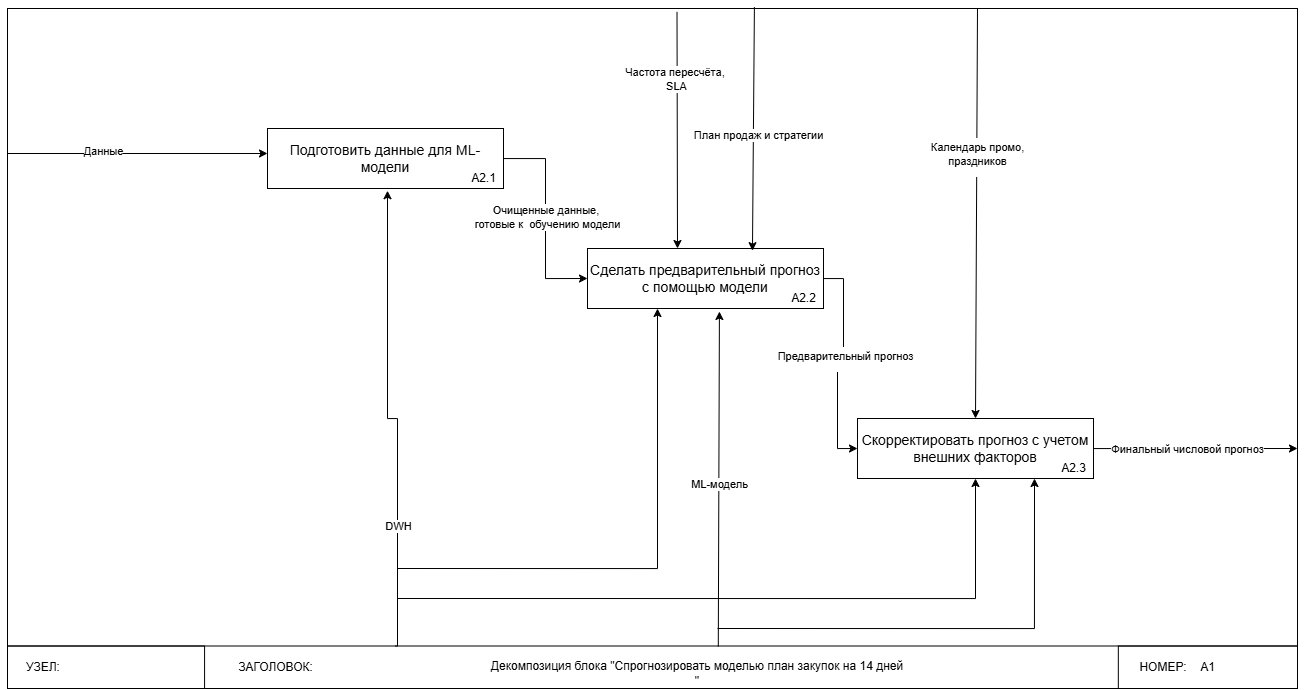
This is Модели бизнес процессов/IDEF0-ПОСЛЕ-A1.drawio.png from barkhatnat/Information_Systems_Design_Project, a draw.io export, as it was before one commit. Source tidied: cells renumbered, new cells last; positions are measured from the earlier drawing's top-left corner, leaving out a move shared by most shapes.
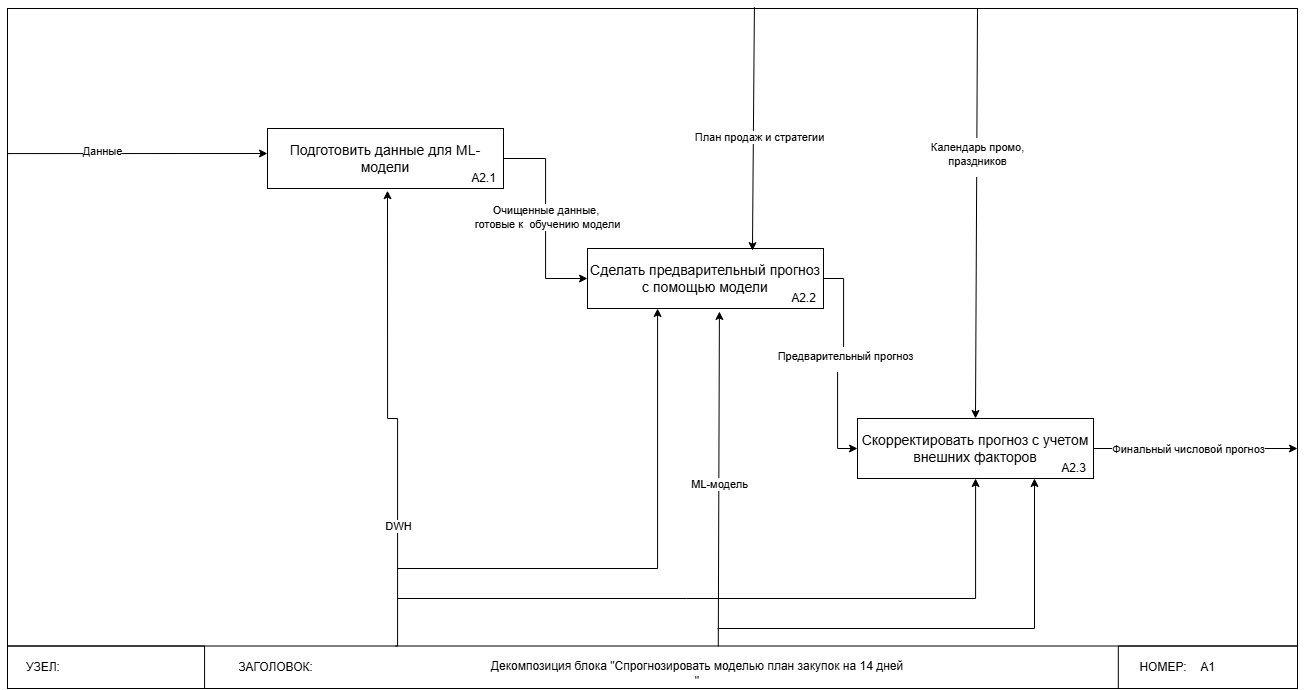
Later version of the same file.

Diff of the diagram source:
```diff
@@ -39,19 +39,6 @@
         <mxPoint y="-1" as="offset" />
       </mxGeometry>
     </mxCell>
-    <mxCell id="13" style="endArrow=classic;html=1;rounded=0;entryX=0.5;entryY=0;entryDx=0;entryDy=0;exitX=0.519;exitY=0.005;exitDx=0;exitDy=0;exitPerimeter=0;" parent="2" edge="1" source="3">
-      <mxGeometry relative="1" as="geometry">
-        <mxPoint x="670" y="240" as="targetPoint" />
-      </mxGeometry>
-    </mxCell>
-    <mxCell id="14" value="&lt;span style=&quot;color: rgba(0, 0, 0, 0); font-family: monospace; font-size: 0px; text-align: start; background-color: rgb(236, 236, 236);&quot;&gt;%3CmxGraphModel%3E%3Croot%3E%3CmxCell%20id%3D%220%22%2F%3E%3CmxCell%20id%3D%221%22%20parent%3D%220%22%2F%3E%3CmxCell%20id%3D%222%22%20value%3D%22%22%20style%3D%22endArrow%3Dclassic%3Bhtml%3D1%3Brounded%3D0%3BentryX%3D0.25%3BentryY%3D0%3BentryDx%3D0%3BentryDy%3D0%3BexitX%3D0.435%3BexitY%3D0.004%3BexitDx%3D0%3BexitDy%3D0%3BexitPerimeter%3D0%3B%22%20edge%3D%221%22%20parent%3D%221%22%3E%3CmxGeometry%20width%3D%2250%22%20height%3D%2250%22%20relative%3D%221%22%20as%3D%22geometry%22%3E%3CmxPoint%20x%3D%22-499.79999999999995%22%20y%3D%2231.920000000000073%22%20as%3D%22sourcePoint%22%2F%3E%3CmxPoint%20x%3D%22-500%22%20y%3D%22240%22%20as%3D%22targetPoint%22%2F%3E%3C%2FmxGeometry%3E%3C%2FmxCell%3E%3CmxCell%20id%3D%223%22%20value%3D%22%D0%9F%D0%BB%D0%B0%D0%BD%20%D0%BF%D1%80%D0%BE%D0%B4%D0%B0%D0%B6%20%D0%B8%20%D1%81%D1%82%D1%80%D0%B0%D1%82%D0%B5%D0%B3%D0%B8%D0%B8%22%20style%3D%22edgeLabel%3Bhtml%3D1%3Balign%3Dcenter%3BverticalAlign%3Dmiddle%3Bresizable%3D0%3Bpoints%3D%5B%5D%3B%22%20vertex%3D%221%22%20connectable%3D%220%22%20parent%3D%222%22%3E%3CmxGeometry%20x%3D%220.0556%22%20y%3D%225%22%20relative%3D%221%22%20as%3D%22geometry%22%3E%3CmxPoint%20as%3D%22offset%22%2F%3E%3C%2FmxGeometry%3E%3C%2FmxCell%3E%3C%2Froot%3E%3C%2FmxGraphModel%3E&lt;/span&gt;" style="edgeLabel;html=1;align=center;verticalAlign=middle;" parent="13" vertex="1">
-      <mxGeometry x="0.06" y="5" relative="1" as="geometry" />
-    </mxCell>
-    <mxCell id="15" value="Частота пересчёта,&amp;nbsp;&lt;div&gt;SLA&lt;/div&gt;" style="edgeLabel;html=1;align=center;verticalAlign=middle;" parent="13" vertex="1">
-      <mxGeometry x="0.07" y="-1" relative="1" as="geometry">
-        <mxPoint y="-59" as="offset" />
-      </mxGeometry>
-    </mxCell>
     <mxCell id="16" style="edgeStyle=orthogonalEdgeStyle;rounded=0;orthogonalLoop=1;jettySize=auto;html=1;endArrow=none;startFill=1;startArrow=classic;entryX=0.299;entryY=-0.052;entryDx=0;entryDy=0;entryPerimeter=0;" parent="2" edge="1">
       <mxGeometry relative="1" as="geometry">
         <mxPoint x="380" y="182.2" as="sourcePoint" />
```
